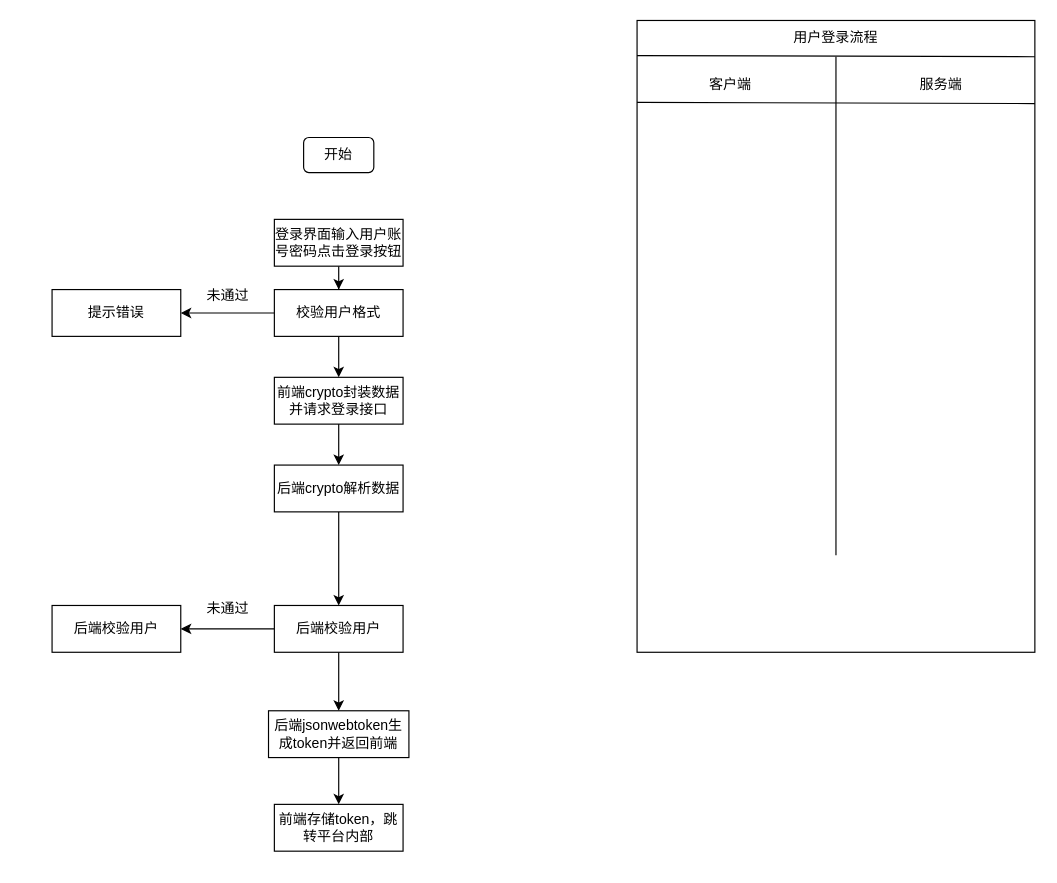
The draw.io diagram 主体管理模块.drawio in yuxinyu12345/diagrams, before the edit. Source tidied: cells renumbered, new cells numbered last; positions are measured from the earlier drawing's top-left corner, leaving out a move shared by most shapes. Both pictures are drawn from the tidied source at 117%, with x=0, y=0 at pixel (51, 20).
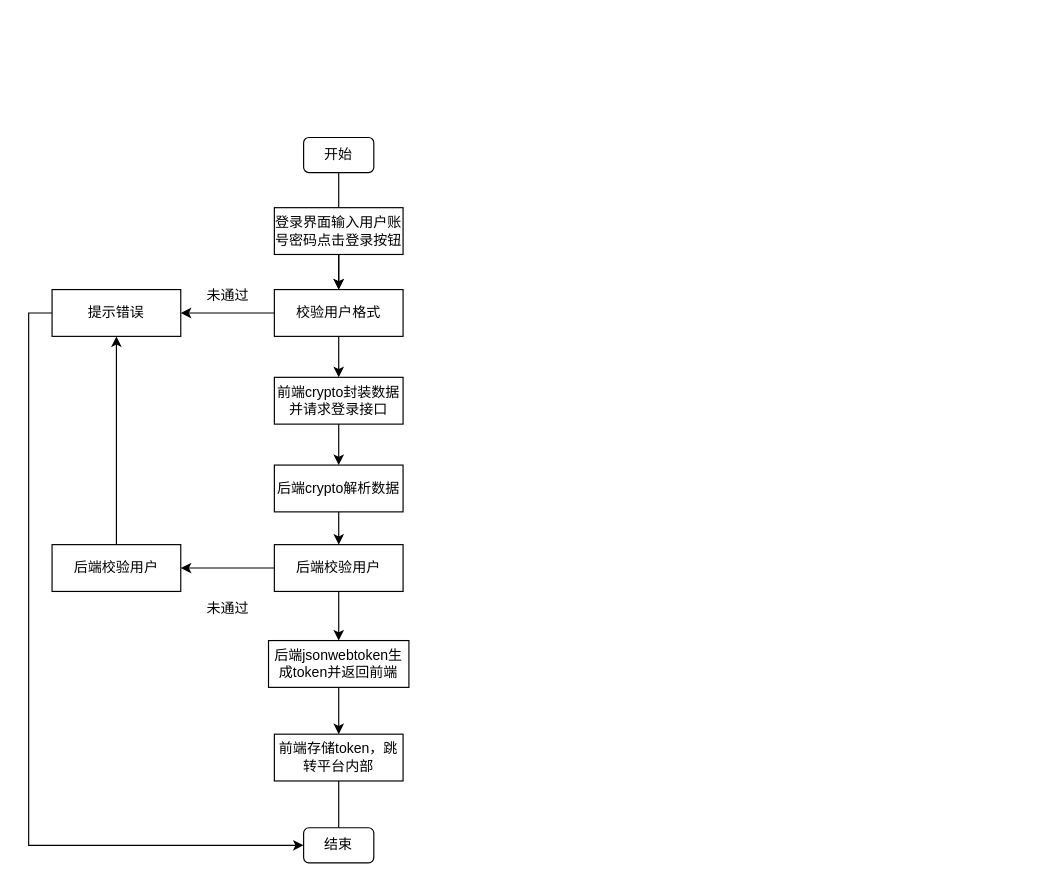
The same diagram, later.

Commit message (it also covers changes not shown here):
更新主体管理模块.drawio

Unchanged cells that the change refers to:
```xml
<mxCell id="8" value="开始" style="rounded=1;whiteSpace=wrap;html=1;" parent="1" vertex="1">
  <mxGeometry x="215" y="100" width="60" height="30" as="geometry" />
</mxCell>
<mxCell id="14" value="校验用户格式" style="rounded=0;whiteSpace=wrap;html=1;" parent="1" vertex="1">
  <mxGeometry x="190" y="230" width="110" height="40" as="geometry" />
</mxCell>
<mxCell id="15" value="提示错误" style="rounded=0;whiteSpace=wrap;html=1;" parent="1" vertex="1">
  <mxGeometry y="230" width="110" height="40" as="geometry" />
</mxCell>
```

Diff of the diagram source:
```diff
@@
-    <mxCell id="2" style="rounded=0;whiteSpace=wrap;html=1;" parent="1" vertex="1">
-      <mxGeometry x="500" width="340" height="540" as="geometry" />
-    </mxCell>
-    <mxCell id="3" value="用户登录流程" style="text;html=1;strokeColor=none;fillColor=none;align=center;verticalAlign=middle;whiteSpace=wrap;rounded=0;" parent="1" vertex="1">
-      <mxGeometry x="630" width="80" height="30" as="geometry" />
-    </mxCell>
-    <mxCell id="4" style="endArrow=none;html=1;rounded=0;exitX=-0.003;exitY=0.074;exitDx=0;exitDy=0;exitPerimeter=0;entryX=1;entryY=0.076;entryDx=0;entryDy=0;entryPerimeter=0;" parent="1" edge="1">
-      <mxGeometry relative="1" as="geometry">
-        <mxPoint x="500" y="70" as="sourcePoint" />
-        <mxPoint x="840" y="71" as="targetPoint" />
-      </mxGeometry>
-    </mxCell>
-    <mxCell id="5" style="endArrow=none;html=1;rounded=0;jumpSize=19;" parent="1" edge="1">
-      <mxGeometry relative="1" as="geometry">
-        <mxPoint x="670" y="31" as="sourcePoint" />
-        <mxPoint x="670" y="457" as="targetPoint" />
-      </mxGeometry>
-    </mxCell>
-    <mxCell id="6" value="客户端" style="text;html=1;strokeColor=none;fillColor=none;align=center;verticalAlign=middle;whiteSpace=wrap;rounded=0;" parent="1" vertex="1">
-      <mxGeometry x="550" y="40" width="60" height="30" as="geometry" />
-    </mxCell>
-    <mxCell id="7" value="服务端" style="text;html=1;strokeColor=none;fillColor=none;align=center;verticalAlign=middle;whiteSpace=wrap;rounded=0;" parent="1" vertex="1">
-      <mxGeometry x="730" y="40" width="60" height="30" as="geometry" />
-    </mxCell>
+    <mxCell id="29" style="edgeStyle=orthogonalEdgeStyle;rounded=0;jettySize=auto;html=1;" parent="1" edge="1" source="8" target="14">
+      <mxGeometry relative="1" as="geometry" />
+    </mxCell>
@@
-    <mxCell id="9" style="endArrow=none;html=1;rounded=0;exitX=-0.003;exitY=0.074;exitDx=0;exitDy=0;exitPerimeter=0;entryX=1;entryY=0.076;entryDx=0;entryDy=0;entryPerimeter=0;" parent="1" edge="1">
-      <mxGeometry relative="1" as="geometry">
-        <mxPoint x="500" y="30" as="sourcePoint" />
-        <mxPoint x="840" y="31" as="targetPoint" />
-      </mxGeometry>
-    </mxCell>
@@
     <mxCell id="11" value="登录界面输入用户账号密码点击登录按钮" style="rounded=0;whiteSpace=wrap;html=1;" parent="1" vertex="1">
-      <mxGeometry x="190" y="170" width="110" height="40" as="geometry" />
+      <mxGeometry x="190" y="160" width="110" height="40" as="geometry" />
     </mxCell>
@@
+    <mxCell id="30" style="edgeStyle=orthogonalEdgeStyle;rounded=0;jettySize=auto;html=1;exitX=0;exitY=0.5;exitDx=0;exitDy=0;entryX=0;entryY=0.5;entryDx=0;entryDy=0;" parent="1" edge="1" source="15" target="33">
+      <mxGeometry relative="1" as="geometry" />
+    </mxCell>
@@
     <mxCell id="23" value="后端校验用户" style="rounded=0;whiteSpace=wrap;html=1;" parent="1" vertex="1">
-      <mxGeometry x="190" y="500" width="110" height="40" as="geometry" />
+      <mxGeometry x="190" y="448" width="110" height="40" as="geometry" />
     </mxCell>
+    <mxCell id="31" style="edgeStyle=orthogonalEdgeStyle;rounded=0;jettySize=auto;html=1;exitX=0.5;exitY=0;exitDx=0;exitDy=0;entryX=0.5;entryY=1;entryDx=0;entryDy=0;" parent="1" edge="1" source="24" target="15">
+      <mxGeometry relative="1" as="geometry" />
+    </mxCell>
     <mxCell id="24" value="后端校验用户" style="rounded=0;whiteSpace=wrap;html=1;" parent="1" vertex="1">
-      <mxGeometry y="500" width="110" height="40" as="geometry" />
+      <mxGeometry y="448" width="110" height="40" as="geometry" />
     </mxCell>
@@
     <mxCell id="27" value="后端jsonwebtoken生成token并返回前端" style="rounded=0;whiteSpace=wrap;html=1;" parent="1" vertex="1">
-      <mxGeometry x="185" y="590" width="120" height="40" as="geometry" />
+      <mxGeometry x="185" y="530" width="120" height="40" as="geometry" />
     </mxCell>
+    <mxCell id="32" style="edgeStyle=orthogonalEdgeStyle;rounded=0;jettySize=auto;html=1;endArrow=none;endFill=0;" parent="1" edge="1" source="28" target="33">
+      <mxGeometry relative="1" as="geometry" />
+    </mxCell>
     <mxCell id="28" value="前端存储token，跳转平台内部" style="rounded=0;whiteSpace=wrap;html=1;" parent="1" vertex="1">
-      <mxGeometry x="190" y="670" width="110" height="40" as="geometry" />
+      <mxGeometry x="190" y="610" width="110" height="40" as="geometry" />
     </mxCell>
+    <mxCell id="33" value="结束" style="rounded=1;whiteSpace=wrap;html=1;" parent="1" vertex="1">
+      <mxGeometry x="215" y="690" width="60" height="30" as="geometry" />
+    </mxCell>
```
